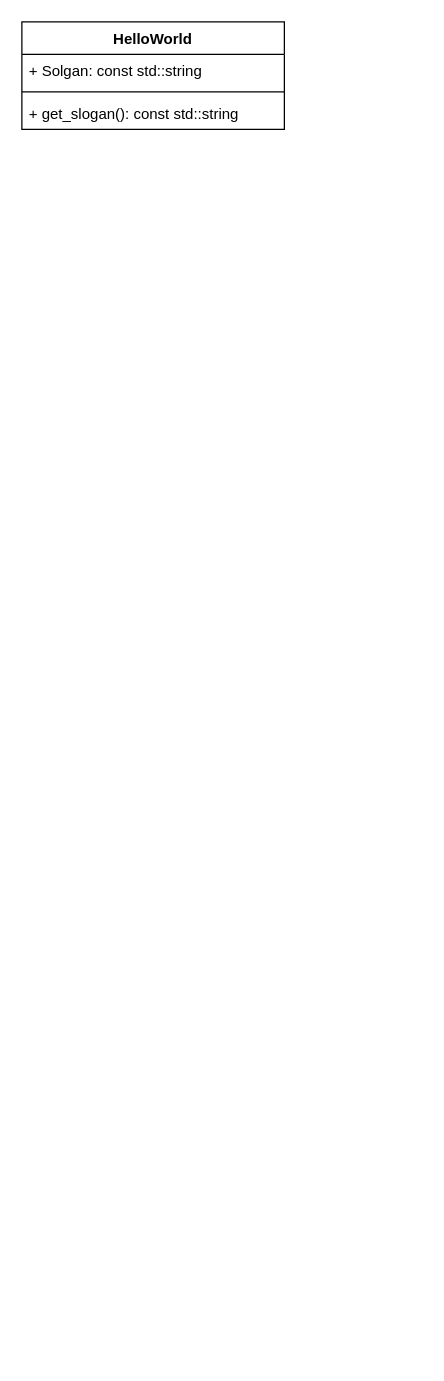
The draw.io diagram helloworld.drawio in KoterRomanov/UML, before the edit. Source tidied: cells renumbered, new cells numbered last; positions are measured from the earlier drawing's top-left corner, leaving out a move shared by most shapes. Both pictures are drawn from the tidied source at 125%, with x=0, y=0 at pixel (21, 21).
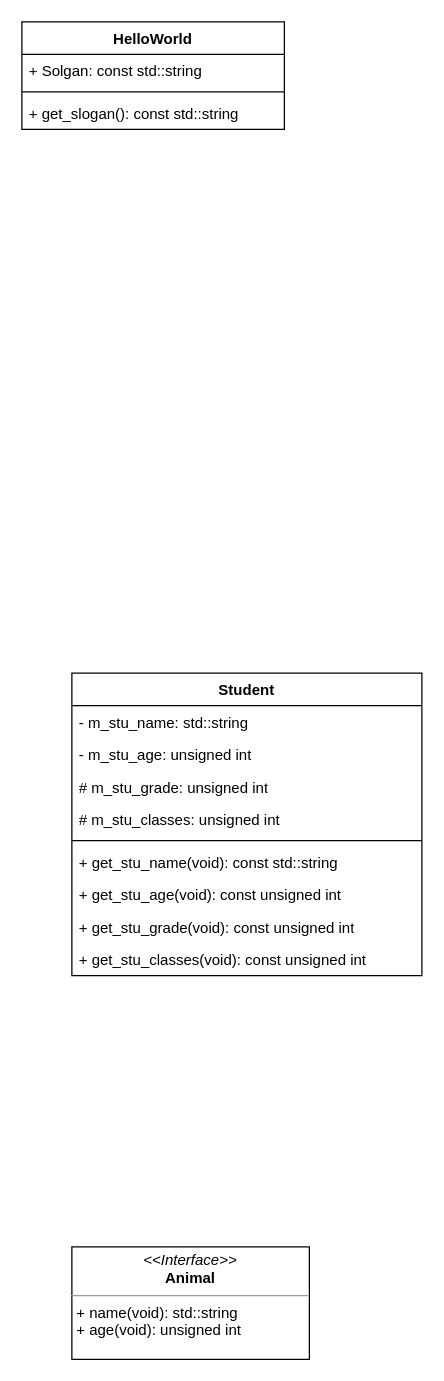
The same diagram, later.

Change to the diagram source:
```diff
@@
 <mxGraphModel>
   <root>
     <mxCell id="0" />
     <mxCell id="1" parent="0" />
     <mxCell id="2" value="HelloWorld" style="swimlane;fontStyle=1;align=center;verticalAlign=top;horizontal=1;startSize=26;whiteSpace=wrap;html=1;" parent="1" vertex="1">
       <mxGeometry width="210" height="86" as="geometry" />
     </mxCell>
     <mxCell id="3" value="+ Solgan: const std::string" style="text;strokeColor=none;fillColor=none;align=left;verticalAlign=top;spacingLeft=4;spacingRight=4;overflow=hidden;whiteSpace=wrap;html=1;" parent="2" vertex="1">
       <mxGeometry y="26" width="210" height="26" as="geometry" />
     </mxCell>
     <mxCell id="4" style="line;strokeWidth=1;fillColor=none;align=left;verticalAlign=middle;spacingTop=-1;spacingLeft=3;spacingRight=3;labelPosition=right;strokeColor=inherit;" parent="2" vertex="1">
       <mxGeometry y="52" width="210" height="8" as="geometry" />
     </mxCell>
     <mxCell id="5" value="+ get_slogan(): const std::string" style="text;strokeColor=none;fillColor=none;align=left;verticalAlign=top;spacingLeft=4;spacingRight=4;overflow=hidden;whiteSpace=wrap;html=1;" parent="2" vertex="1">
       <mxGeometry y="60" width="210" height="26" as="geometry" />
     </mxCell>
+    <mxCell id="6" value="Student" style="swimlane;fontStyle=1;align=center;verticalAlign=top;horizontal=1;startSize=26;whiteSpace=wrap;html=1;" parent="1" vertex="1">
+      <mxGeometry x="40" y="521" width="280" height="242" as="geometry" />
+    </mxCell>
+    <mxCell id="7" value="- m_stu_name: std::string" style="text;strokeColor=none;fillColor=none;align=left;verticalAlign=top;spacingLeft=4;spacingRight=4;overflow=hidden;whiteSpace=wrap;html=1;" parent="6" vertex="1">
+      <mxGeometry y="26" width="280" height="26" as="geometry" />
+    </mxCell>
+    <mxCell id="8" value="- m_stu_age: unsigned int" style="text;strokeColor=none;fillColor=none;align=left;verticalAlign=top;spacingLeft=4;spacingRight=4;overflow=hidden;whiteSpace=wrap;html=1;" parent="6" vertex="1">
+      <mxGeometry y="52" width="280" height="26" as="geometry" />
+    </mxCell>
+    <mxCell id="9" value="# m_stu_grade: unsigned int" style="text;strokeColor=none;fillColor=none;align=left;verticalAlign=top;spacingLeft=4;spacingRight=4;overflow=hidden;whiteSpace=wrap;html=1;" parent="6" vertex="1">
+      <mxGeometry y="78" width="280" height="26" as="geometry" />
+    </mxCell>
+    <mxCell id="10" value="# m_stu_classes: unsigned int" style="text;strokeColor=none;fillColor=none;align=left;verticalAlign=top;spacingLeft=4;spacingRight=4;overflow=hidden;whiteSpace=wrap;html=1;" parent="6" vertex="1">
+      <mxGeometry y="104" width="280" height="26" as="geometry" />
+    </mxCell>
+    <mxCell id="11" style="line;strokeWidth=1;fillColor=none;align=left;verticalAlign=middle;spacingTop=-1;spacingLeft=3;spacingRight=3;labelPosition=right;strokeColor=inherit;" parent="6" vertex="1">
+      <mxGeometry y="130" width="280" height="8" as="geometry" />
+    </mxCell>
+    <mxCell id="12" value="+ get_stu_name(void): const std::string" style="text;strokeColor=none;fillColor=none;align=left;verticalAlign=top;spacingLeft=4;spacingRight=4;overflow=hidden;whiteSpace=wrap;html=1;" parent="6" vertex="1">
+      <mxGeometry y="138" width="280" height="26" as="geometry" />
+    </mxCell>
+    <mxCell id="13" value="+ get_stu_age(void): const unsigned int" style="text;strokeColor=none;fillColor=none;align=left;verticalAlign=top;spacingLeft=4;spacingRight=4;overflow=hidden;whiteSpace=wrap;html=1;" parent="6" vertex="1">
+      <mxGeometry y="164" width="280" height="26" as="geometry" />
+    </mxCell>
+    <mxCell id="14" value="+ get_stu_grade(void): const unsigned int" style="text;strokeColor=none;fillColor=none;align=left;verticalAlign=top;spacingLeft=4;spacingRight=4;overflow=hidden;whiteSpace=wrap;html=1;" parent="6" vertex="1">
+      <mxGeometry y="190" width="280" height="26" as="geometry" />
+    </mxCell>
+    <mxCell id="15" value="+ get_stu_classes(void): const unsigned int" style="text;strokeColor=none;fillColor=none;align=left;verticalAlign=top;spacingLeft=4;spacingRight=4;overflow=hidden;whiteSpace=wrap;html=1;" parent="6" vertex="1">
+      <mxGeometry y="216" width="280" height="26" as="geometry" />
+    </mxCell>
+    <mxCell id="16" value="&lt;p style=&quot;margin:0px;margin-top:4px;text-align:center;&quot;&gt;&lt;i&gt;&amp;lt;&amp;lt;Interface&amp;gt;&amp;gt;&lt;/i&gt;&lt;br&gt;&lt;b&gt;Animal&lt;/b&gt;&lt;/p&gt;&lt;hr size=&quot;1&quot;&gt;&lt;p style=&quot;margin:0px;margin-left:4px;&quot;&gt;+ name(void): std::string&lt;br&gt;+ age(void): unsigned int&lt;/p&gt;" style="verticalAlign=top;align=left;overflow=fill;fontSize=12;fontFamily=Helvetica;html=1;whiteSpace=wrap;" parent="1" vertex="1">
+      <mxGeometry x="40" y="980" width="190" height="90" as="geometry" />
+    </mxCell>
   </root>
 </mxGraphModel>
```
